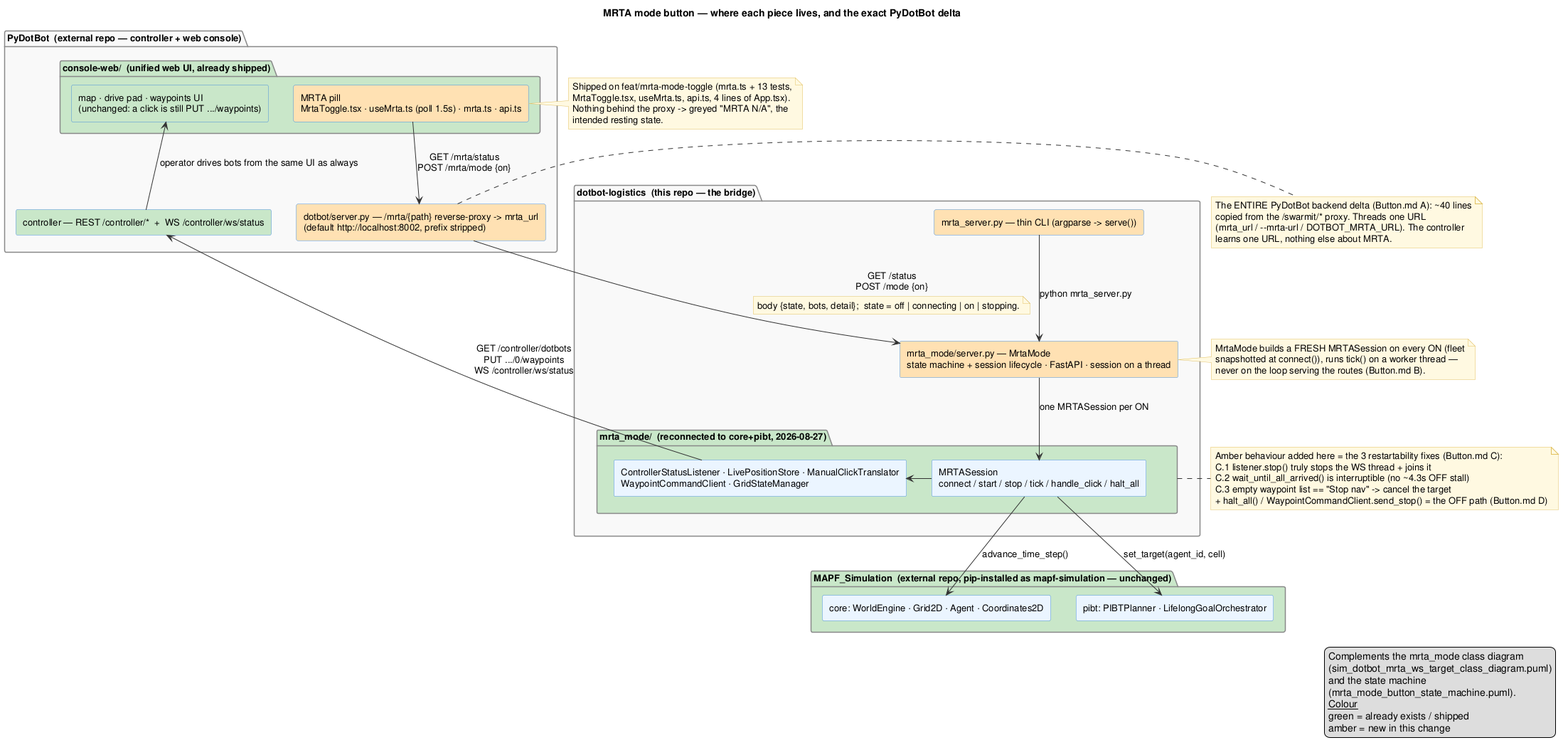
This is diagrammes/mrta_mode_button_architecture.png from DotBots/dotbot-logistics, a PlantUML export, as it was before one commit. Its diagram source:
```plantuml
@startuml mrta_mode_button_architecture

title MRTA mode button — where each piece lives, and the exact PyDotBot delta

skinparam componentStyle rectangle
skinparam DefaultFontSize 13
skinparam ArrowColor #333333
skinparam ComponentBorderColor #4A90D9
skinparam ComponentBackgroundColor #EAF4FF
skinparam PackageBorderColor #888888
skinparam PackageBackgroundColor #F8F8F8
skinparam NoteBackgroundColor #FFF8E1
skinparam NoteBorderColor #E0C060

legend right
  Complements the mrta_mode class diagram
  (sim_dotbot_mrta_ws_target_class_diagram.puml)
  and the state machine
  (mrta_mode_button_state_machine.puml).
  __Colour__
  green = already exists / shipped
  amber = new in this change
end legend


package "PyDotBot  (external repo — controller + web console)" as PD #F8F8F8 {
  package "console-web/  (unified web UI, already shipped)" as WEB #C8E6C9 {
    [MRTA pill\nMrtaToggle.tsx · useMrta.ts (poll 1.5s) · mrta.ts · api.ts] as PILL #FFE0B2
    [map · drive pad · waypoints UI\n(unchanged: a click is still PUT .../waypoints)] as MAPUI #C8E6C9
  }
  [dotbot/server.py — /mrta/{path} reverse-proxy -> mrta_url\n(default http://localhost:8002, prefix stripped)] as PROXY #FFE0B2
  [controller — REST /controller/*  +  WS /controller/ws/status] as CTRL #C8E6C9
}
note right of PILL
  Shipped on feat/mrta-mode-toggle (mrta.ts + 13 tests,
  MrtaToggle.tsx, useMrta.ts, api.ts, 4 lines of App.tsx).
  Nothing behind the proxy -> greyed "MRTA N/A", the
  intended resting state.
end note
note right of PROXY
  The ENTIRE PyDotBot backend delta (Button.md A): ~40 lines
  copied from the /swarmit/* proxy. Threads one URL
  (mrta_url / --mrta-url / DOTBOT_MRTA_URL). The controller
  learns one URL, nothing else about MRTA.
end note

package "dotbot-logistics  (this repo — the bridge)" as BRIDGE #F8F8F8 {
  [mrta_server.py — thin CLI (argparse -> serve())] as SERVERCLI #FFE0B2
  [mrta_mode/server.py — MrtaMode\nstate machine + session lifecycle · FastAPI · session on a thread] as SERVER #FFE0B2
  package "mrta_mode/  (reconnected to core+pibt, 2026-08-27)" as MM #C8E6C9 {
    [MRTASession\nconnect / start / stop / tick / handle_click / halt_all] as SESSION
    [ControllerStatusListener · LivePositionStore · ManualClickTranslator\nWaypointCommandClient · GridStateManager] as COLLAB
  }
}
note right of SERVER
  MrtaMode builds a FRESH MRTASession on every ON (fleet
  snapshotted at connect()), runs tick() on a worker thread —
  never on the loop serving the routes (Button.md B).
end note
note right of MM
  Amber behaviour added here = the 3 restartability fixes (Button.md C):
  C.1 listener.stop() truly stops the WS thread + joins it
  C.2 wait_until_all_arrived() is interruptible (no ~4.3s OFF stall)
  C.3 empty waypoint list == "Stop nav" -> cancel the target
  + halt_all() / WaypointCommandClient.send_stop() = the OFF path (Button.md D)
end note

package "MAPF_Simulation  (external repo, pip-installed as mapf-simulation — unchanged)" as MAPF #C8E6C9 {
  [core: WorldEngine · Grid2D · Agent · Coordinates2D] as CORE
  [pibt: PIBTPlanner · LifelongGoalOrchestrator] as PIBT
}

PILL   -down->  PROXY   : GET /mrta/status\nPOST /mrta/mode {on}
PROXY  -down->  SERVER  : GET /status\nPOST /mode {on}
note on link
  body {state, bots, detail};  state = off | connecting | on | stopping.
end note
SERVERCLI -down-> SERVER : python mrta_server.py
SERVER -down->  SESSION : one MRTASession per ON
SESSION -right-> COLLAB
SESSION -down->  CORE   : advance_time_step()
SESSION -down->  PIBT   : set_target(agent_id, cell)
COLLAB -left->   CTRL   : GET /controller/dotbots\nPUT .../0/waypoints\nWS /controller/ws/status
CTRL   -up->     MAPUI  : operator drives bots from the same UI as always

@enduml
```
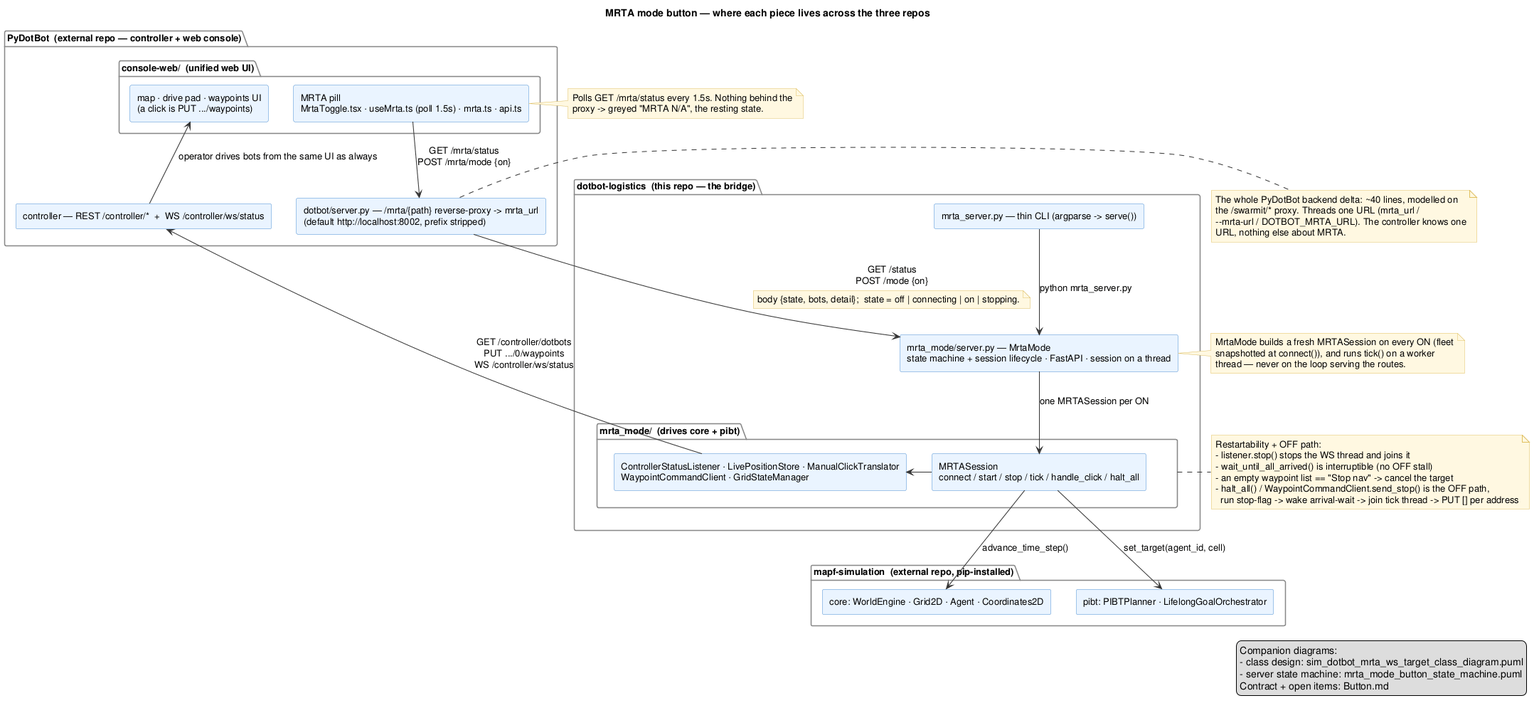
Above is the later version.

Commit message:
docs(diagrammes): flatten the diagrams to the current design

Change to the diagram source:
```diff
@@ -1,6 +1,6 @@
 @startuml mrta_mode_button_architecture
 
-title MRTA mode button — where each piece lives, and the exact PyDotBot delta
+title MRTA mode button — where each piece lives across the three repos
 
 skinparam componentStyle rectangle
 skinparam DefaultFontSize 13
@@ -13,59 +13,55 @@
 skinparam NoteBorderColor #E0C060
 
 legend right
-  Complements the mrta_mode class diagram
-  (sim_dotbot_mrta_ws_target_class_diagram.puml)
-  and the state machine
-  (mrta_mode_button_state_machine.puml).
-  __Colour__
-  green = already exists / shipped
-  amber = new in this change
+  Companion diagrams:
+  - class design: sim_dotbot_mrta_ws_target_class_diagram.puml
+  - server state machine: mrta_mode_button_state_machine.puml
+  Contract + open items: Button.md
 end legend
 
 
-package "PyDotBot  (external repo — controller + web console)" as PD #F8F8F8 {
-  package "console-web/  (unified web UI, already shipped)" as WEB #C8E6C9 {
-    [MRTA pill\nMrtaToggle.tsx · useMrta.ts (poll 1.5s) · mrta.ts · api.ts] as PILL #FFE0B2
-    [map · drive pad · waypoints UI\n(unchanged: a click is still PUT .../waypoints)] as MAPUI #C8E6C9
+package "PyDotBot  (external repo — controller + web console)" as PD {
+  package "console-web/  (unified web UI)" as WEB {
+    [MRTA pill\nMrtaToggle.tsx · useMrta.ts (poll 1.5s) · mrta.ts · api.ts] as PILL
+    [map · drive pad · waypoints UI\n(a click is PUT .../waypoints)] as MAPUI
   }
-  [dotbot/server.py — /mrta/{path} reverse-proxy -> mrta_url\n(default http://localhost:8002, prefix stripped)] as PROXY #FFE0B2
-  [controller — REST /controller/*  +  WS /controller/ws/status] as CTRL #C8E6C9
+  [dotbot/server.py — /mrta/{path} reverse-proxy -> mrta_url\n(default http://localhost:8002, prefix stripped)] as PROXY
+  [controller — REST /controller/*  +  WS /controller/ws/status] as CTRL
 }
 note right of PILL
-  Shipped on feat/mrta-mode-toggle (mrta.ts + 13 tests,
-  MrtaToggle.tsx, useMrta.ts, api.ts, 4 lines of App.tsx).
-  Nothing behind the proxy -> greyed "MRTA N/A", the
-  intended resting state.
+  Polls GET /mrta/status every 1.5s. Nothing behind the
+  proxy -> greyed "MRTA N/A", the resting state.
 end note
 note right of PROXY
-  The ENTIRE PyDotBot backend delta (Button.md A): ~40 lines
-  copied from the /swarmit/* proxy. Threads one URL
-  (mrta_url / --mrta-url / DOTBOT_MRTA_URL). The controller
-  learns one URL, nothing else about MRTA.
+  The whole PyDotBot backend delta: ~40 lines, modelled on
+  the /swarmit/* proxy. Threads one URL (mrta_url /
+  --mrta-url / DOTBOT_MRTA_URL). The controller knows one
+  URL, nothing else about MRTA.
 end note
 
-package "dotbot-logistics  (this repo — the bridge)" as BRIDGE #F8F8F8 {
-  [mrta_server.py — thin CLI (argparse -> serve())] as SERVERCLI #FFE0B2
-  [mrta_mode/server.py — MrtaMode\nstate machine + session lifecycle · FastAPI · session on a thread] as SERVER #FFE0B2
-  package "mrta_mode/  (reconnected to core+pibt, 2026-08-27)" as MM #C8E6C9 {
+package "dotbot-logistics  (this repo — the bridge)" as BRIDGE {
+  [mrta_server.py — thin CLI (argparse -> serve())] as SERVERCLI
+  [mrta_mode/server.py — MrtaMode\nstate machine + session lifecycle · FastAPI · session on a thread] as SERVER
+  package "mrta_mode/  (drives core + pibt)" as MM {
     [MRTASession\nconnect / start / stop / tick / handle_click / halt_all] as SESSION
     [ControllerStatusListener · LivePositionStore · ManualClickTranslator\nWaypointCommandClient · GridStateManager] as COLLAB
   }
 }
 note right of SERVER
-  MrtaMode builds a FRESH MRTASession on every ON (fleet
-  snapshotted at connect()), runs tick() on a worker thread —
-  never on the loop serving the routes (Button.md B).
+  MrtaMode builds a fresh MRTASession on every ON (fleet
+  snapshotted at connect()), and runs tick() on a worker
+  thread — never on the loop serving the routes.
 end note
 note right of MM
-  Amber behaviour added here = the 3 restartability fixes (Button.md C):
-  C.1 listener.stop() truly stops the WS thread + joins it
-  C.2 wait_until_all_arrived() is interruptible (no ~4.3s OFF stall)
-  C.3 empty waypoint list == "Stop nav" -> cancel the target
-  + halt_all() / WaypointCommandClient.send_stop() = the OFF path (Button.md D)
+  Restartability + OFF path:
+  - listener.stop() stops the WS thread and joins it
+  - wait_until_all_arrived() is interruptible (no OFF stall)
+  - an empty waypoint list == "Stop nav" -> cancel the target
+  - halt_all() / WaypointCommandClient.send_stop() is the OFF path,
+    run stop-flag -> wake arrival-wait -> join tick thread -> PUT [] per address
 end note
 
-package "MAPF_Simulation  (external repo, pip-installed as mapf-simulation — unchanged)" as MAPF #C8E6C9 {
+package "mapf-simulation  (external repo, pip-installed)" as MAPF {
   [core: WorldEngine · Grid2D · Agent · Coordinates2D] as CORE
   [pibt: PIBTPlanner · LifelongGoalOrchestrator] as PIBT
 }
```
